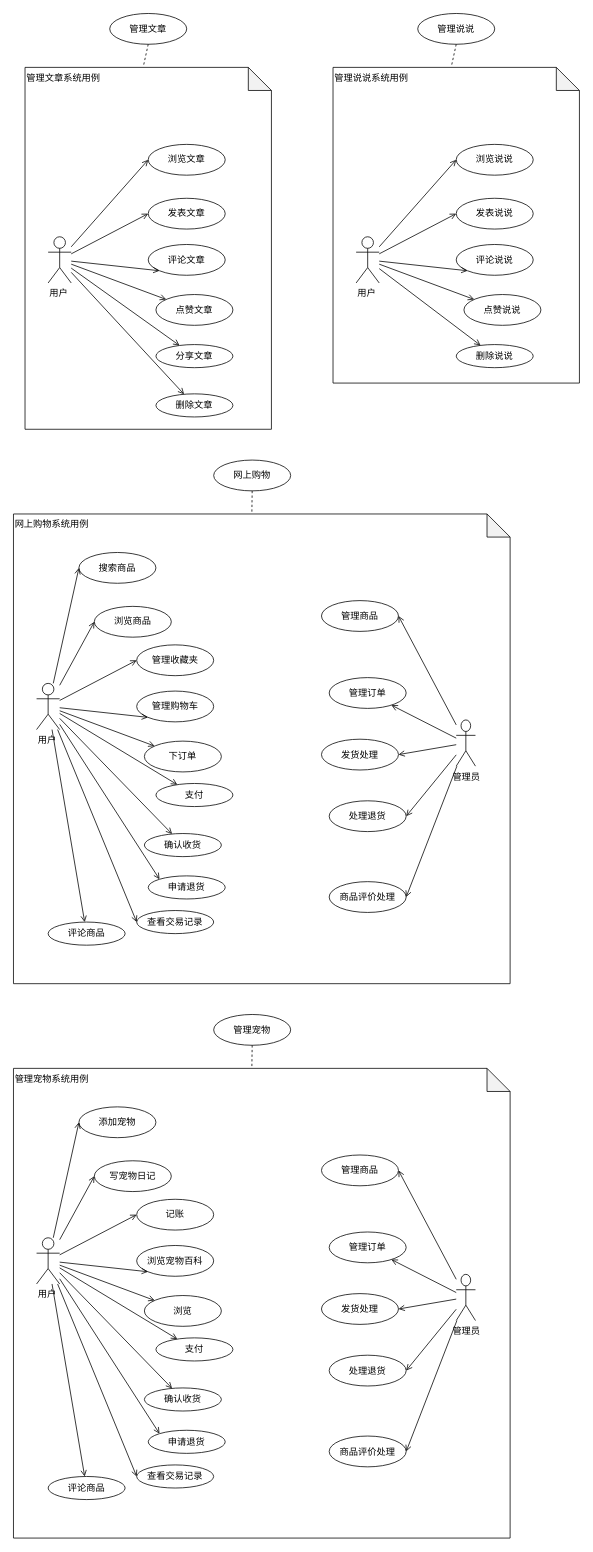
JMHello/draw keeps this draw.io diagram as uml-系统用例.drawio. Above is the earlier version. Source tidied: cells renumbered, new cells numbered last; positions are measured from the earlier drawing's top-left corner, leaving out a move shared by most shapes. Both pictures are drawn from the tidied source at 77%, with x=0, y=0 at pixel (13, 13).
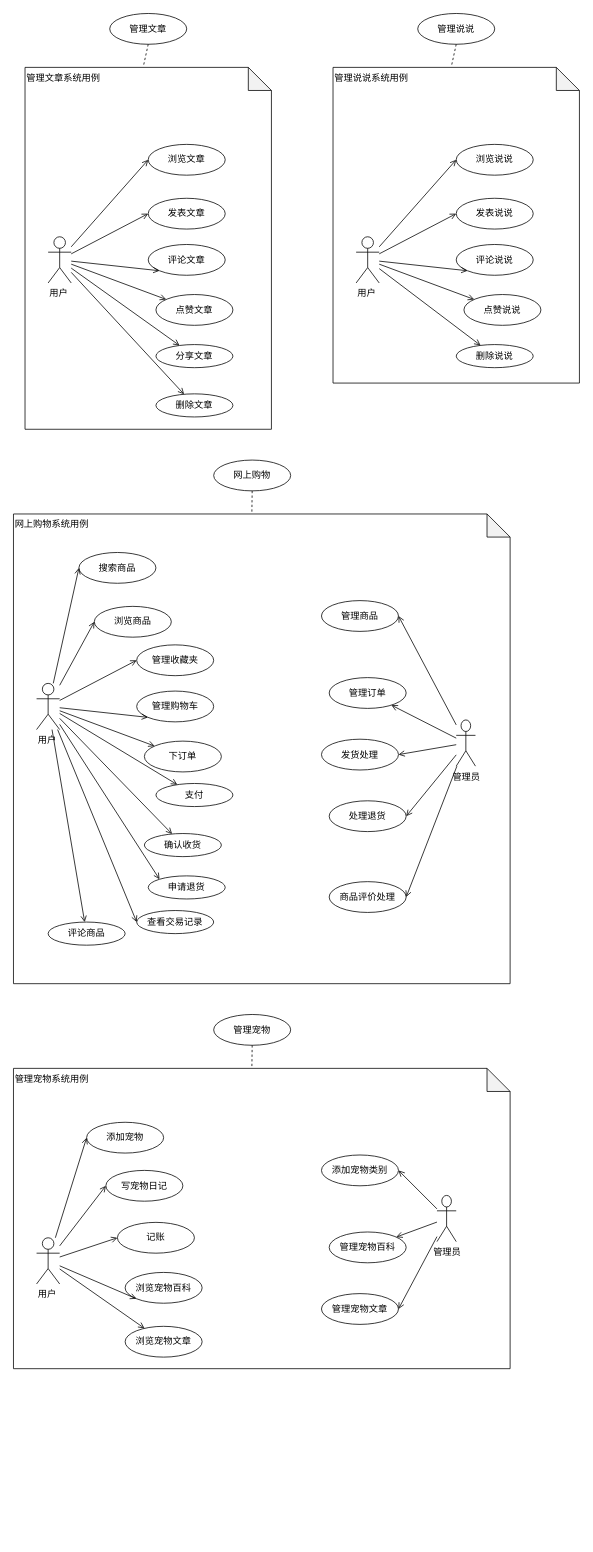
The same page after the edit.

Diff of the diagram source:
```diff
@@
-    <mxCell id="71" style="group;" parent="1" vertex="1">
-      <mxGeometry y="1300" width="645" height="680" as="geometry" />
-    </mxCell>
-    <mxCell id="72" value="管理宠物系统用例" style="shape=note;whiteSpace=wrap;html=1;backgroundOutline=1;darkOpacity=0.05;align=left;verticalAlign=top;" parent="71" vertex="1">
-      <mxGeometry y="70" width="645" height="610" as="geometry" />
+    <mxCell id="72" value="管理宠物系统用例" style="shape=note;whiteSpace=wrap;html=1;backgroundOutline=1;darkOpacity=0.05;align=left;verticalAlign=top;" parent="1" vertex="1">
+      <mxGeometry y="1370" width="645" height="390" as="geometry" />
     </mxCell>
-    <mxCell id="73" value="用户" style="shape=umlActor;verticalLabelPosition=bottom;labelBackgroundColor=#ffffff;verticalAlign=top;html=1;outlineConnect=0;align=left;" parent="71" vertex="1">
-      <mxGeometry x="30" y="290" width="30" height="60" as="geometry" />
+    <mxCell id="73" value="用户" style="shape=umlActor;verticalLabelPosition=bottom;labelBackgroundColor=#ffffff;verticalAlign=top;html=1;outlineConnect=0;align=left;" parent="1" vertex="1">
+      <mxGeometry x="30" y="1590" width="30" height="60" as="geometry" />
     </mxCell>
-    <mxCell id="74" value="写宠物日记&lt;div style=&quot;text-align: center&quot;&gt;&lt;/div&gt;" style="ellipse;whiteSpace=wrap;html=1;align=center;" parent="71" vertex="1">
-      <mxGeometry x="105" y="190" width="100" height="40" as="geometry" />
+    <mxCell id="74" value="写宠物日记&lt;div style=&quot;text-align: center&quot;&gt;&lt;/div&gt;" style="ellipse;whiteSpace=wrap;html=1;align=center;" parent="1" vertex="1">
+      <mxGeometry x="120" y="1502.5" width="100" height="40" as="geometry" />
     </mxCell>
-    <mxCell id="75" style="edgeStyle=none;rounded=0;jettySize=auto;html=1;entryX=0;entryY=0.5;entryDx=0;entryDy=0;startArrow=none;startFill=0;endArrow=open;endFill=0;" parent="71" edge="1" source="73" target="74">
+    <mxCell id="75" style="edgeStyle=none;rounded=0;jettySize=auto;html=1;entryX=0;entryY=0.5;entryDx=0;entryDy=0;startArrow=none;startFill=0;endArrow=open;endFill=0;" parent="1" edge="1" source="73" target="74">
       <mxGeometry relative="1" as="geometry" />
     </mxCell>
-    <mxCell id="76" value="记账&lt;div style=&quot;text-align: center&quot;&gt;&lt;/div&gt;" style="ellipse;whiteSpace=wrap;html=1;align=center;" parent="71" vertex="1">
-      <mxGeometry x="160" y="240" width="100" height="40" as="geometry" />
+    <mxCell id="76" value="记账&lt;div style=&quot;text-align: center&quot;&gt;&lt;/div&gt;" style="ellipse;whiteSpace=wrap;html=1;align=center;" parent="1" vertex="1">
+      <mxGeometry x="135" y="1570" width="100" height="40" as="geometry" />
     </mxCell>
-    <mxCell id="77" style="edgeStyle=none;rounded=0;jettySize=auto;html=1;entryX=0;entryY=0.5;entryDx=0;entryDy=0;startArrow=none;startFill=0;endArrow=open;endFill=0;" parent="71" edge="1" source="73" target="76">
+    <mxCell id="77" style="edgeStyle=none;rounded=0;jettySize=auto;html=1;entryX=0;entryY=0.5;entryDx=0;entryDy=0;startArrow=none;startFill=0;endArrow=open;endFill=0;" parent="1" edge="1" source="73" target="76">
       <mxGeometry relative="1" as="geometry" />
     </mxCell>
-    <mxCell id="78" value="浏览宠物百科" style="ellipse;whiteSpace=wrap;html=1;align=center;" parent="71" vertex="1">
-      <mxGeometry x="160" y="300" width="100" height="40" as="geometry" />
+    <mxCell id="78" value="浏览宠物百科" style="ellipse;whiteSpace=wrap;html=1;align=center;" parent="1" vertex="1">
+      <mxGeometry x="145" y="1635" width="100" height="40" as="geometry" />
     </mxCell>
-    <mxCell id="79" style="edgeStyle=none;rounded=0;jettySize=auto;html=1;entryX=0;entryY=1;entryDx=0;entryDy=0;startArrow=none;startFill=0;endArrow=open;endFill=0;" parent="71" edge="1" source="73" target="78">
+    <mxCell id="79" style="edgeStyle=none;rounded=0;jettySize=auto;html=1;entryX=0;entryY=1;entryDx=0;entryDy=0;startArrow=none;startFill=0;endArrow=open;endFill=0;" parent="1" edge="1" source="73" target="78">
       <mxGeometry relative="1" as="geometry" />
     </mxCell>
-    <mxCell id="80" value="浏览" style="ellipse;whiteSpace=wrap;html=1;align=center;" parent="71" vertex="1">
-      <mxGeometry x="170" y="365" width="100" height="40" as="geometry" />
+    <mxCell id="80" value="浏览宠物文章" style="ellipse;whiteSpace=wrap;html=1;align=center;" parent="1" vertex="1">
+      <mxGeometry x="145" y="1705" width="100" height="40" as="geometry" />
     </mxCell>
-    <mxCell id="81" style="edgeStyle=none;rounded=0;jettySize=auto;html=1;startArrow=none;startFill=0;endArrow=open;endFill=0;" parent="71" edge="1" source="73" target="80">
+    <mxCell id="81" style="edgeStyle=none;rounded=0;jettySize=auto;html=1;startArrow=none;startFill=0;endArrow=open;endFill=0;" parent="1" edge="1" source="73" target="80">
       <mxGeometry relative="1" as="geometry" />
     </mxCell>
-    <mxCell id="82" value="支付" style="ellipse;whiteSpace=wrap;html=1;align=center;" parent="71" vertex="1">
-      <mxGeometry x="185" y="420" width="100" height="30" as="geometry" />
-    </mxCell>
-    <mxCell id="83" style="edgeStyle=none;rounded=0;jettySize=auto;html=1;startArrow=none;startFill=0;endArrow=open;endFill=0;" parent="71" edge="1" source="73" target="82">
-      <mxGeometry relative="1" as="geometry" />
-    </mxCell>
-    <mxCell id="84" value="确认收货" style="ellipse;whiteSpace=wrap;html=1;align=center;" parent="71" vertex="1">
-      <mxGeometry x="170" y="485" width="100" height="30" as="geometry" />
-    </mxCell>
-    <mxCell id="85" style="edgeStyle=none;rounded=0;jettySize=auto;html=1;startArrow=none;startFill=0;endArrow=open;endFill=0;" parent="71" edge="1" source="73" target="84">
-      <mxGeometry relative="1" as="geometry" />
-    </mxCell>
-    <mxCell id="86" value="管理宠物" style="ellipse;whiteSpace=wrap;html=1;align=center;" parent="71" vertex="1">
-      <mxGeometry x="260" width="100" height="40" as="geometry" />
+    <mxCell id="86" value="管理宠物" style="ellipse;whiteSpace=wrap;html=1;align=center;" parent="1" vertex="1">
+      <mxGeometry x="260" y="1300" width="100" height="40" as="geometry" />
     </mxCell>
-    <mxCell id="87" style="rounded=0;jettySize=auto;html=1;entryX=0.48;entryY=-0.002;entryDx=0;entryDy=0;entryPerimeter=0;endArrow=none;endFill=0;dashed=1;exitX=0.5;exitY=1;exitDx=0;exitDy=0;" parent="71" edge="1" source="86" target="72">
+    <mxCell id="87" style="rounded=0;jettySize=auto;html=1;entryX=0.48;entryY=-0.002;entryDx=0;entryDy=0;entryPerimeter=0;endArrow=none;endFill=0;dashed=1;exitX=0.5;exitY=1;exitDx=0;exitDy=0;" parent="1" edge="1" source="86" target="72">
       <mxGeometry relative="1" as="geometry" />
     </mxCell>
-    <mxCell id="88" value="评论商品" style="ellipse;whiteSpace=wrap;html=1;align=center;" parent="71" vertex="1">
-      <mxGeometry x="45" y="600" width="100" height="30" as="geometry" />
-    </mxCell>
-    <mxCell id="89" style="edgeStyle=none;rounded=0;jettySize=auto;html=1;startArrow=none;startFill=0;endArrow=open;endFill=0;" parent="71" edge="1" source="73" target="88">
-      <mxGeometry relative="1" as="geometry" />
-    </mxCell>
-    <mxCell id="90" value="添加宠物&lt;div style=&quot;text-align: center&quot;&gt;&lt;/div&gt;" style="ellipse;whiteSpace=wrap;html=1;align=center;" parent="71" vertex="1">
-      <mxGeometry x="85" y="120" width="100" height="40" as="geometry" />
+    <mxCell id="90" value="添加宠物&lt;div style=&quot;text-align: center&quot;&gt;&lt;/div&gt;" style="ellipse;whiteSpace=wrap;html=1;align=center;" parent="1" vertex="1">
+      <mxGeometry x="95" y="1440" width="100" height="40" as="geometry" />
     </mxCell>
-    <mxCell id="91" value="申请退货" style="ellipse;whiteSpace=wrap;html=1;align=center;" parent="71" vertex="1">
-      <mxGeometry x="175" y="540" width="100" height="30" as="geometry" />
-    </mxCell>
-    <mxCell id="92" value="查看交易记录" style="ellipse;whiteSpace=wrap;html=1;align=center;" parent="71" vertex="1">
-      <mxGeometry x="160" y="585" width="100" height="30" as="geometry" />
-    </mxCell>
-    <mxCell id="93" style="group;" parent="71" vertex="1">
-      <mxGeometry x="400" y="182.5" width="200" height="405" as="geometry" />
-    </mxCell>
+    <mxCell id="105" style="edgeStyle=none;rounded=0;jettySize=auto;html=1;entryX=0;entryY=0.5;entryDx=0;entryDy=0;startArrow=none;startFill=0;endArrow=open;endFill=0;" parent="1" edge="1" source="73" target="90">
+      <mxGeometry relative="1" as="geometry" />
+    </mxCell>
-    <mxCell id="94" value="管理员" style="shape=umlActor;verticalLabelPosition=bottom;labelBackgroundColor=#ffffff;verticalAlign=top;html=1;outlineConnect=0;align=center;" parent="93" vertex="1">
-      <mxGeometry x="175" y="155" width="25" height="60" as="geometry" />
+    <mxCell id="94" value="管理员" style="shape=umlActor;verticalLabelPosition=bottom;labelBackgroundColor=#ffffff;verticalAlign=top;html=1;outlineConnect=0;align=center;" parent="1" vertex="1">
+      <mxGeometry x="550" y="1535" width="25" height="60" as="geometry" />
     </mxCell>
-    <mxCell id="95" value="管理商品&lt;div style=&quot;text-align: center&quot;&gt;&lt;/div&gt;" style="ellipse;whiteSpace=wrap;html=1;align=center;" parent="93" vertex="1">
-      <mxGeometry width="100" height="40" as="geometry" />
+    <mxCell id="95" value="添加宠物类别&lt;div style=&quot;text-align: center&quot;&gt;&lt;/div&gt;" style="ellipse;whiteSpace=wrap;html=1;align=center;" parent="1" vertex="1">
+      <mxGeometry x="400" y="1482.5" width="100" height="40" as="geometry" />
     </mxCell>
-    <mxCell id="96" style="edgeStyle=none;rounded=0;jettySize=auto;html=1;entryX=1;entryY=0.5;entryDx=0;entryDy=0;startArrow=none;startFill=0;endArrow=open;endFill=0;" parent="93" edge="1" source="94" target="95">
+    <mxCell id="96" style="edgeStyle=none;rounded=0;jettySize=auto;html=1;entryX=1;entryY=0.5;entryDx=0;entryDy=0;startArrow=none;startFill=0;endArrow=open;endFill=0;" parent="1" edge="1" source="94" target="95">
       <mxGeometry relative="1" as="geometry" />
     </mxCell>
-    <mxCell id="97" value="管理订单&lt;div style=&quot;text-align: center&quot;&gt;&lt;/div&gt;" style="ellipse;whiteSpace=wrap;html=1;align=center;" parent="93" vertex="1">
-      <mxGeometry x="10" y="100" width="100" height="40" as="geometry" />
+    <mxCell id="97" value="管理宠物百科" style="ellipse;whiteSpace=wrap;html=1;align=center;" parent="1" vertex="1">
+      <mxGeometry x="410" y="1582.5" width="100" height="40" as="geometry" />
     </mxCell>
-    <mxCell id="98" style="edgeStyle=none;rounded=0;jettySize=auto;html=1;startArrow=none;startFill=0;endArrow=open;endFill=0;" parent="93" edge="1" source="94" target="97">
+    <mxCell id="98" style="edgeStyle=none;rounded=0;jettySize=auto;html=1;startArrow=none;startFill=0;endArrow=open;endFill=0;" parent="1" edge="1" source="94" target="97">
       <mxGeometry relative="1" as="geometry" />
     </mxCell>
-    <mxCell id="99" value="处理退货&lt;div style=&quot;text-align: center&quot;&gt;&lt;/div&gt;" style="ellipse;whiteSpace=wrap;html=1;align=center;" parent="93" vertex="1">
-      <mxGeometry x="10" y="260" width="100" height="40" as="geometry" />
-    </mxCell>
-    <mxCell id="100" style="edgeStyle=none;rounded=0;jettySize=auto;html=1;entryX=1;entryY=0.5;entryDx=0;entryDy=0;startArrow=none;startFill=0;endArrow=open;endFill=0;" parent="93" edge="1" source="94" target="99">
-      <mxGeometry relative="1" as="geometry" />
-    </mxCell>
-    <mxCell id="101" value="发货处理&lt;div style=&quot;text-align: center&quot;&gt;&lt;/div&gt;" style="ellipse;whiteSpace=wrap;html=1;align=center;" parent="93" vertex="1">
-      <mxGeometry y="180" width="100" height="40" as="geometry" />
+    <mxCell id="101" value="管理宠物文章&lt;div style=&quot;text-align: center&quot;&gt;&lt;/div&gt;" style="ellipse;whiteSpace=wrap;html=1;align=center;" parent="1" vertex="1">
+      <mxGeometry x="400" y="1662.5" width="100" height="40" as="geometry" />
     </mxCell>
-    <mxCell id="102" style="edgeStyle=none;rounded=0;jettySize=auto;html=1;entryX=1;entryY=0.5;entryDx=0;entryDy=0;startArrow=none;startFill=0;endArrow=open;endFill=0;" parent="93" edge="1" source="94" target="101">
+    <mxCell id="102" style="edgeStyle=none;rounded=0;jettySize=auto;html=1;entryX=1;entryY=0.5;entryDx=0;entryDy=0;startArrow=none;startFill=0;endArrow=open;endFill=0;" parent="1" edge="1" source="94" target="101">
       <mxGeometry relative="1" as="geometry" />
     </mxCell>
-    <mxCell id="103" value="商品评价处理&lt;div style=&quot;text-align: center&quot;&gt;&lt;/div&gt;" style="ellipse;whiteSpace=wrap;html=1;align=center;" parent="93" vertex="1">
-      <mxGeometry x="10" y="365" width="100" height="40" as="geometry" />
-    </mxCell>
-    <mxCell id="104" style="edgeStyle=none;rounded=0;jettySize=auto;html=1;entryX=1;entryY=0.5;entryDx=0;entryDy=0;startArrow=none;startFill=0;endArrow=open;endFill=0;" parent="93" edge="1" source="94" target="103">
-      <mxGeometry relative="1" as="geometry" />
-    </mxCell>
-    <mxCell id="105" style="edgeStyle=none;rounded=0;jettySize=auto;html=1;entryX=0;entryY=0.5;entryDx=0;entryDy=0;startArrow=none;startFill=0;endArrow=open;endFill=0;" parent="71" edge="1" source="73" target="90">
-      <mxGeometry relative="1" as="geometry" />
-    </mxCell>
-    <mxCell id="106" style="edgeStyle=none;rounded=0;jettySize=auto;html=1;entryX=0;entryY=0;entryDx=0;entryDy=0;startArrow=none;startFill=0;endArrow=open;endFill=0;" parent="71" edge="1" source="73" target="91">
-      <mxGeometry relative="1" as="geometry" />
-    </mxCell>
-    <mxCell id="107" style="edgeStyle=none;rounded=0;jettySize=auto;html=1;entryX=0;entryY=0.5;entryDx=0;entryDy=0;startArrow=none;startFill=0;endArrow=open;endFill=0;" parent="71" edge="1" source="73" target="92">
-      <mxGeometry relative="1" as="geometry" />
-    </mxCell>
```
